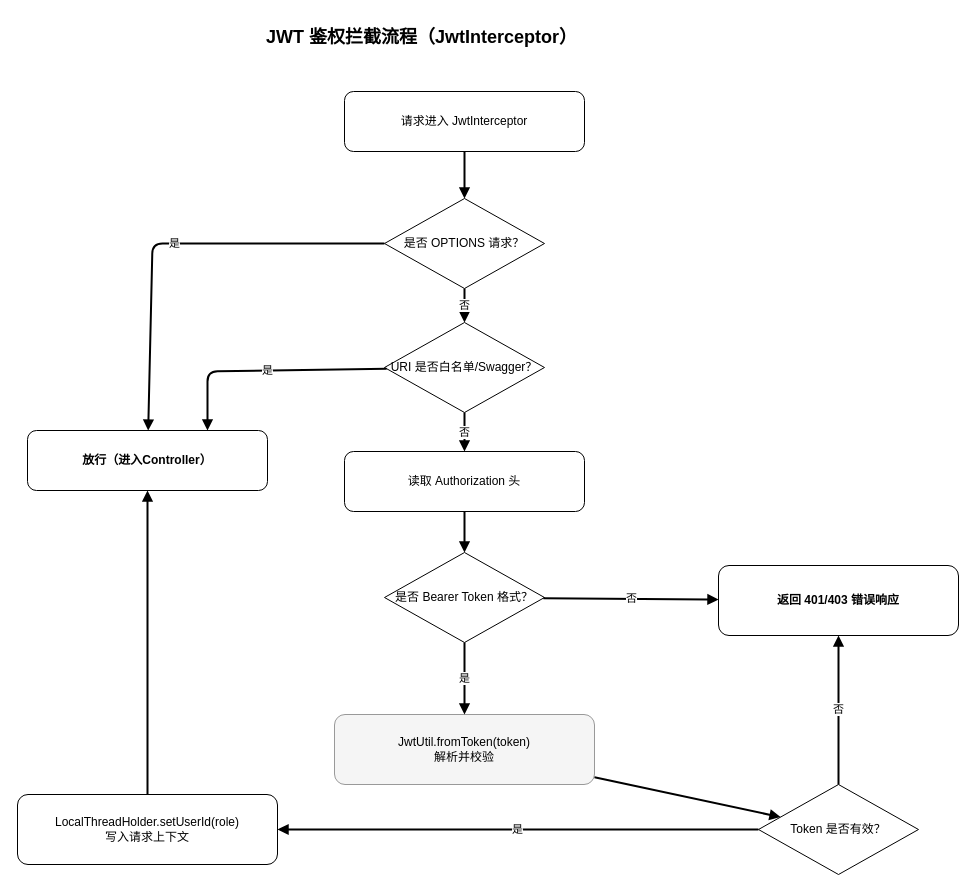
The draw.io diagram page "第 5 页" (5 of 14) of 第五章-领养申请抽屉界面状态转换图.drawio in wuan0232/test, before the edit. Source tidied: cells renumbered, new cells numbered last; positions are measured from the earlier drawing's top-left corner, leaving out a move shared by most shapes. Both pictures are drawn from the tidied source at 100%, with x=0, y=0 at pixel (17, 17).
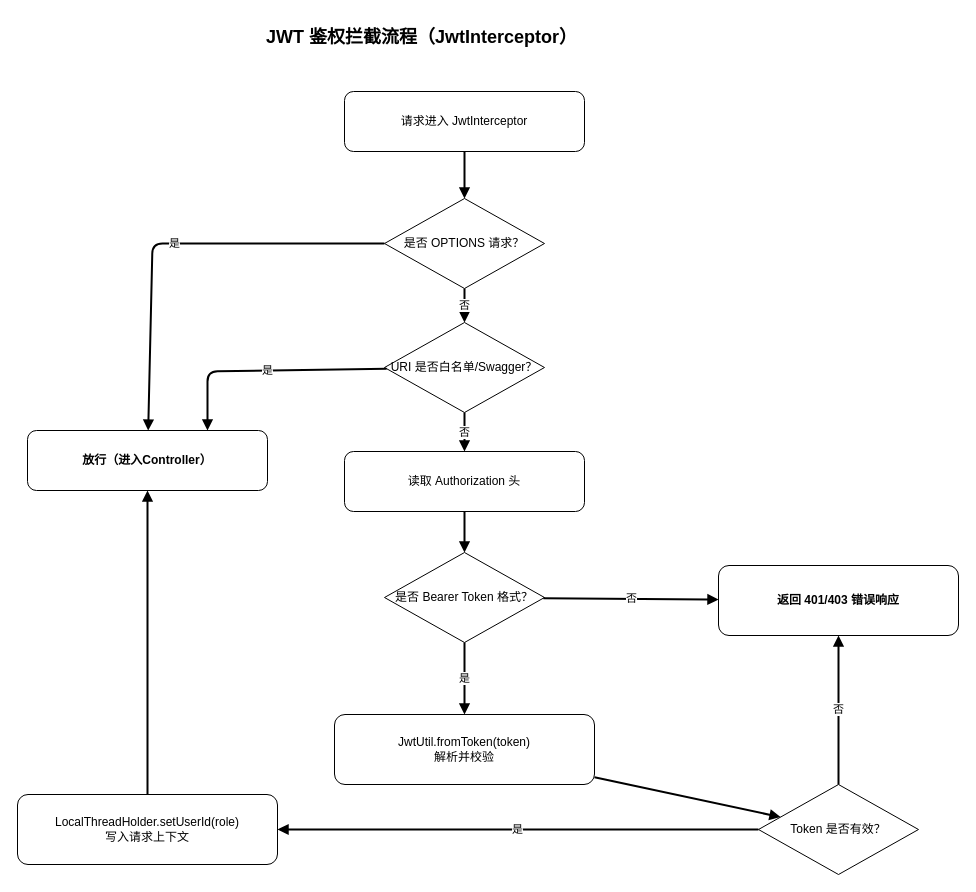
Above is the later version.

The edit, as a diff of the source:
```diff
@@
-    <mxCell id="9" value="JwtUtil.fromToken(token)&#10;解析并校验" style="rounded=1;whiteSpace=wrap;html=1;fillColor=#F5F5F5;strokeColor=#999999;" parent="1" vertex="1">
+    <mxCell id="9" value="JwtUtil.fromToken(token)&#10;解析并校验" style="rounded=1;whiteSpace=wrap;html=1;" parent="1" vertex="1">
       <mxGeometry x="317" y="697" width="260" height="70" as="geometry" />
     </mxCell>
```
